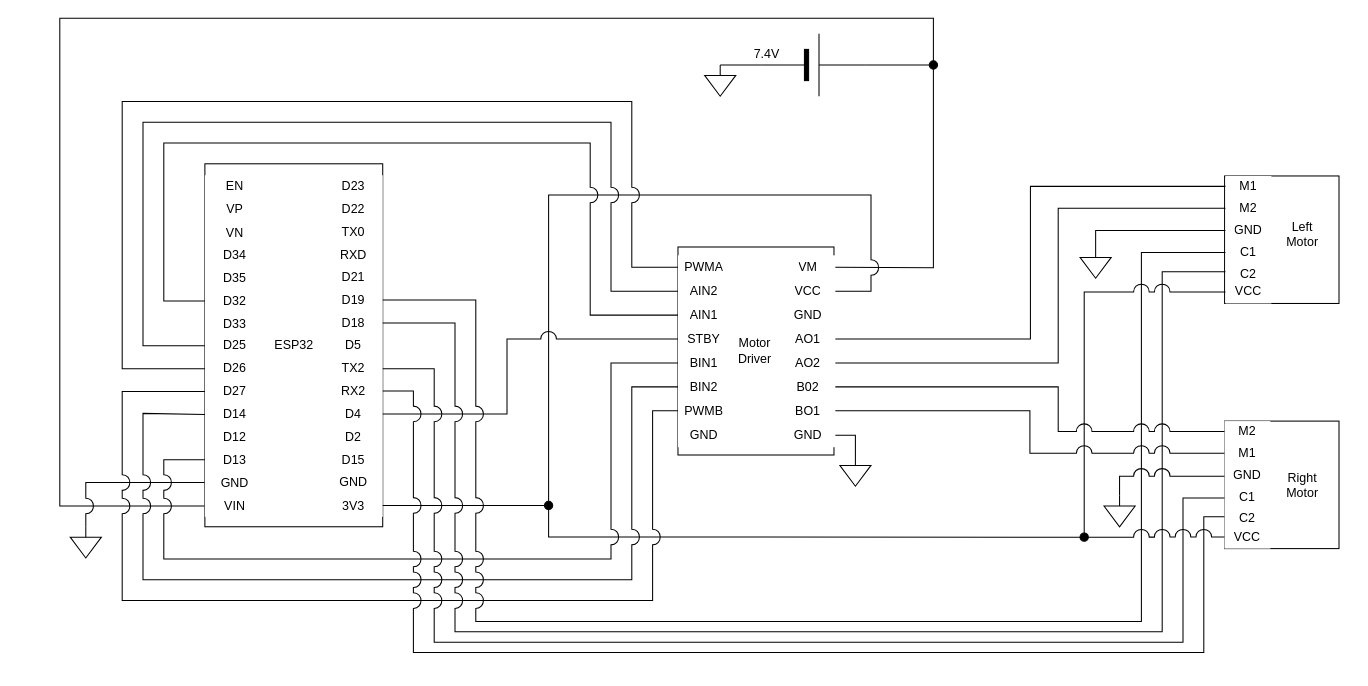
Earlier version of the draw.io diagram DAR-C circuit schematic.drawio (amlight1938/rc-car). Source tidied: cells renumbered, new cells numbered last; positions are measured from the earlier drawing's top-left corner, leaving out a move shared by most shapes. Both pictures are drawn from the tidied source at 104%, with x=0, y=0 at pixel (59, 18).
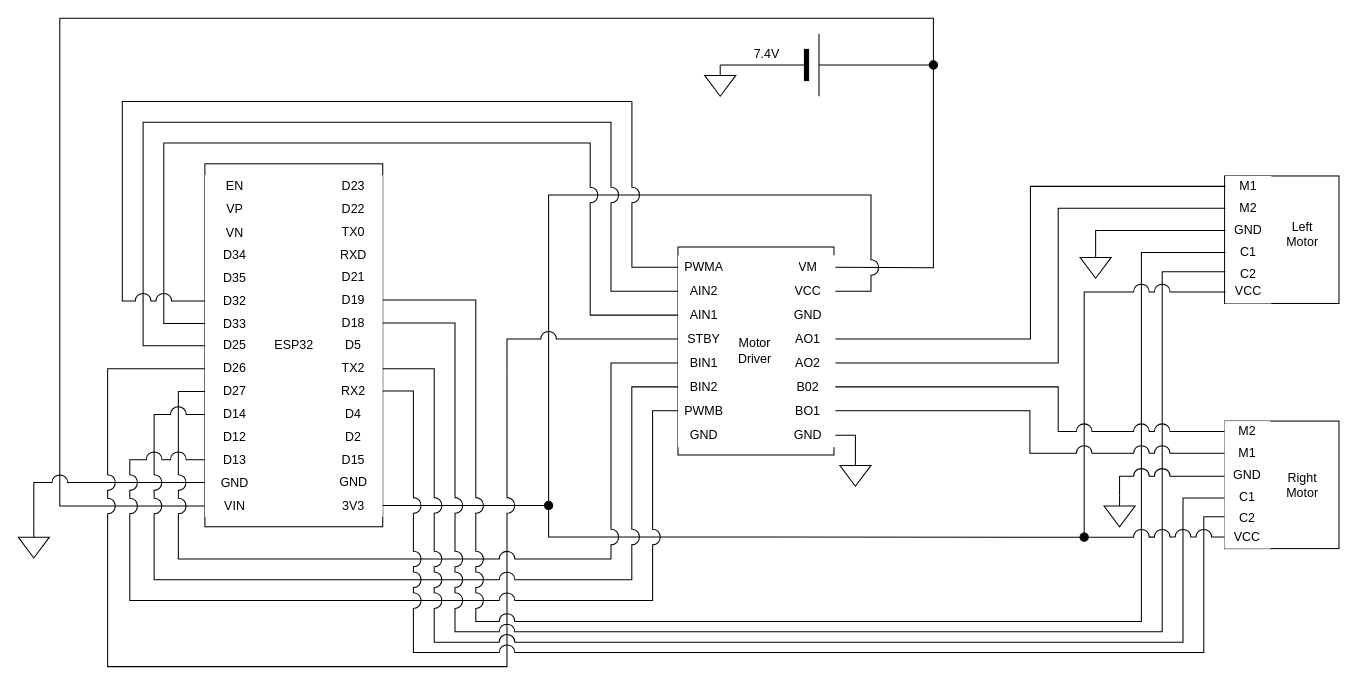
After the change.

The change refers to these unchanged cells:
```xml
<mxCell id="34" style="shape=tableRow;horizontal=0;startSize=0;swimlaneHead=0;swimlaneBody=0;strokeColor=inherit;top=0;left=0;bottom=0;right=0;fillColor=none;points=[[0,0.5],[1,0.5]];portConstraint=eastwest;fixedHeader=1;" parent="23" vertex="1">
  <mxGeometry y="110" width="57" height="22" as="geometry" />
</mxCell>
<mxCell id="36" style="shape=tableRow;horizontal=0;startSize=0;swimlaneHead=0;swimlaneBody=0;strokeColor=inherit;top=0;left=0;bottom=0;right=0;fillColor=none;points=[[0,0.5],[1,0.5]];portConstraint=eastwest;fixedHeader=1;" parent="23" vertex="1">
  <mxGeometry y="132" width="57" height="21" as="geometry" />
</mxCell>
<mxCell id="38" style="shape=tableRow;horizontal=0;startSize=0;swimlaneHead=0;swimlaneBody=0;strokeColor=inherit;top=0;left=0;bottom=0;right=0;fillColor=none;points=[[0,0.5],[1,0.5]];portConstraint=eastwest;fixedHeader=1;" parent="23" vertex="1">
  <mxGeometry y="153" width="57" height="22" as="geometry" />
</mxCell>
<mxCell id="40" style="shape=tableRow;horizontal=0;startSize=0;swimlaneHead=0;swimlaneBody=0;strokeColor=inherit;top=0;left=0;bottom=0;right=0;fillColor=none;points=[[0,0.5],[1,0.5]];portConstraint=eastwest;fixedHeader=1;" parent="23" vertex="1">
  <mxGeometry y="175" width="57" height="22" as="geometry" />
</mxCell>
<mxCell id="42" style="shape=tableRow;horizontal=0;startSize=0;swimlaneHead=0;swimlaneBody=0;strokeColor=inherit;top=0;left=0;bottom=0;right=0;fillColor=none;points=[[0,0.5],[1,0.5]];portConstraint=eastwest;fixedHeader=1;" parent="23" vertex="1">
  <mxGeometry y="197" width="57" height="22" as="geometry" />
</mxCell>
<mxCell id="44" style="shape=tableRow;horizontal=0;startSize=0;swimlaneHead=0;swimlaneBody=0;strokeColor=inherit;top=0;left=0;bottom=0;right=0;fillColor=none;points=[[0,0.5],[1,0.5]];portConstraint=eastwest;fixedHeader=1;" parent="23" vertex="1">
  <mxGeometry y="219" width="57" height="22" as="geometry" />
</mxCell>
<mxCell id="48" style="shape=tableRow;horizontal=0;startSize=0;swimlaneHead=0;swimlaneBody=0;strokeColor=inherit;top=0;left=0;bottom=0;right=0;fillColor=none;points=[[0,0.5],[1,0.5]];portConstraint=eastwest;fixedHeader=1;" parent="23" vertex="1">
  <mxGeometry y="263" width="57" height="21" as="geometry" />
</mxCell>
<mxCell id="75" style="shape=tableRow;horizontal=0;startSize=0;swimlaneHead=0;swimlaneBody=0;strokeColor=inherit;top=0;left=0;bottom=0;right=0;fillColor=none;points=[[0,0.5],[1,0.5]];portConstraint=eastwest;fixedHeader=1;" parent="54" vertex="1">
  <mxGeometry y="218" width="57" height="23" as="geometry" />
</mxCell>
<mxCell id="104" style="shape=tableRow;horizontal=0;startSize=0;swimlaneHead=0;swimlaneBody=0;strokeColor=inherit;top=0;left=0;bottom=0;right=0;fillColor=none;points=[[0,0.5],[1,0.5]];portConstraint=eastwest;fixedHeader=1;" parent="103" vertex="1">
  <mxGeometry width="51.3" height="23" as="geometry" />
</mxCell>
<mxCell id="106" style="shape=tableRow;horizontal=0;startSize=0;swimlaneHead=0;swimlaneBody=0;strokeColor=inherit;top=0;left=0;bottom=0;right=0;fillColor=none;points=[[0,0.5],[1,0.5]];portConstraint=eastwest;fixedHeader=1;" parent="103" vertex="1">
  <mxGeometry y="23" width="51.3" height="23" as="geometry" />
</mxCell>
<mxCell id="108" style="shape=tableRow;horizontal=0;startSize=0;swimlaneHead=0;swimlaneBody=0;strokeColor=inherit;top=0;left=0;bottom=0;right=0;fillColor=none;points=[[0,0.5],[1,0.5]];portConstraint=eastwest;fixedHeader=1;" parent="103" vertex="1">
  <mxGeometry y="46" width="51.3" height="23" as="geometry" />
</mxCell>
<mxCell id="110" style="shape=tableRow;horizontal=0;startSize=0;swimlaneHead=0;swimlaneBody=0;strokeColor=inherit;top=0;left=0;bottom=0;right=0;fillColor=none;points=[[0,0.5],[1,0.5]];portConstraint=eastwest;fixedHeader=1;" parent="103" vertex="1">
  <mxGeometry y="69" width="51.3" height="23" as="geometry" />
</mxCell>
<mxCell id="112" style="shape=tableRow;horizontal=0;startSize=0;swimlaneHead=0;swimlaneBody=0;strokeColor=inherit;top=0;left=0;bottom=0;right=0;fillColor=none;points=[[0,0.5],[1,0.5]];portConstraint=eastwest;fixedHeader=1;" parent="103" vertex="1">
  <mxGeometry y="92" width="51.3" height="23" as="geometry" />
</mxCell>
<mxCell id="114" style="shape=tableRow;horizontal=0;startSize=0;swimlaneHead=0;swimlaneBody=0;strokeColor=inherit;top=0;left=0;bottom=0;right=0;fillColor=none;points=[[0,0.5],[1,0.5]];portConstraint=eastwest;fixedHeader=1;" parent="103" vertex="1">
  <mxGeometry y="115" width="51.3" height="23" as="geometry" />
</mxCell>
<mxCell id="116" style="shape=tableRow;horizontal=0;startSize=0;swimlaneHead=0;swimlaneBody=0;strokeColor=inherit;top=0;left=0;bottom=0;right=0;fillColor=none;points=[[0,0.5],[1,0.5]];portConstraint=eastwest;fixedHeader=1;" parent="103" vertex="1">
  <mxGeometry y="138" width="51.3" height="23" as="geometry" />
</mxCell>
```

The edit, as a diff of the source:
```diff
@@
-    <mxCell id="158" style="endArrow=none;html=1;rounded=0;edgeStyle=orthogonalEdgeStyle;entryX=0;entryY=0.5;entryDx=0;entryDy=0;exitX=1;exitY=0.5;exitDx=0;exitDy=0;jumpStyle=arc;jumpSize=15;" parent="1" edge="1" source="75" target="110">
+    <mxCell id="158" style="endArrow=none;html=1;rounded=0;edgeStyle=orthogonalEdgeStyle;entryX=0;entryY=0.5;entryDx=0;entryDy=0;jumpStyle=arc;jumpSize=15;exitX=0;exitY=0.5;exitDx=0;exitDy=0;" parent="1" edge="1" source="40" target="110">
       <mxGeometry relative="1" as="geometry">
         <Array as="points">
-          <mxPoint x="430" y="380.5" />
+          <mxPoint x="46" y="337" />
+          <mxPoint x="46" y="623.5" />
+          <mxPoint x="430" y="623.5" />
           <mxPoint x="430" y="308.5" />
         </Array>
       </mxGeometry>
     </mxCell>
-    <mxCell id="159" style="endArrow=none;html=1;rounded=0;edgeStyle=orthogonalEdgeStyle;exitX=0;exitY=0.5;exitDx=0;exitDy=0;jumpStyle=arc;jumpSize=15;entryX=0;entryY=0.5;entryDx=0;entryDy=0;" parent="1" edge="1" source="34" target="108">
+    <mxCell id="159" style="endArrow=none;html=1;rounded=0;edgeStyle=orthogonalEdgeStyle;jumpStyle=arc;jumpSize=15;entryX=0;entryY=0.5;entryDx=0;entryDy=0;exitX=0;exitY=0.5;exitDx=0;exitDy=0;" parent="1" edge="1" source="36" target="108">
       <mxGeometry relative="1" as="geometry">
         <Array as="points">
-          <mxPoint x="100" y="272" />
+          <mxPoint x="100" y="293.5" />
           <mxPoint x="100" y="120" />
           <mxPoint x="510" y="120" />
           <mxPoint x="510" y="285.5" />
         </Array>
       </mxGeometry>
     </mxCell>
-    <mxCell id="160" style="endArrow=none;html=1;rounded=0;edgeStyle=orthogonalEdgeStyle;entryX=0;entryY=0.5;entryDx=0;entryDy=0;jumpStyle=arc;jumpSize=15;exitX=0;exitY=0.5;exitDx=0;exitDy=0;" parent="1" edge="1" source="106" target="38">
+    <mxCell id="160" style="endArrow=none;html=1;rounded=0;edgeStyle=orthogonalEdgeStyle;jumpStyle=arc;jumpSize=15;exitX=0;exitY=0.5;exitDx=0;exitDy=0;entryX=0;entryY=0.5;entryDx=0;entryDy=0;" parent="1" edge="1" source="106" target="38">
       <mxGeometry relative="1" as="geometry">
         <Array as="points">
           <mxPoint x="530" y="262.5" />
           <mxPoint x="530" y="100" />
-          <mxPoint x="80" y="100" />
-          <mxPoint x="80" y="315" />
+          <mxPoint x="80.1" y="100" />
+          <mxPoint x="80.1" y="315" />
         </Array>
       </mxGeometry>
     </mxCell>
-    <mxCell id="161" style="endArrow=none;html=1;rounded=0;edgeStyle=orthogonalEdgeStyle;exitX=0;exitY=0.5;exitDx=0;exitDy=0;jumpStyle=arc;jumpSize=15;entryX=0;entryY=0.5;entryDx=0;entryDy=0;" parent="1" edge="1" source="40" target="104">
+    <mxCell id="161" style="endArrow=none;html=1;rounded=0;edgeStyle=orthogonalEdgeStyle;jumpStyle=arc;jumpSize=15;entryX=0;entryY=0.5;entryDx=0;entryDy=0;exitX=0;exitY=0.5;exitDx=0;exitDy=0;" parent="1" edge="1" source="34" target="104">
       <mxGeometry relative="1" as="geometry">
         <Array as="points">
-          <mxPoint x="60" y="337" />
-          <mxPoint x="60" y="80" />
-          <mxPoint x="550" y="80" />
-          <mxPoint x="550" y="239.5" />
+          <mxPoint x="60.1" y="272" />
+          <mxPoint x="60.1" y="80" />
+          <mxPoint x="550.1" y="80" />
+          <mxPoint x="550.1" y="239.5" />
         </Array>
       </mxGeometry>
     </mxCell>
-    <mxCell id="162" style="endArrow=none;html=1;rounded=0;edgeStyle=orthogonalEdgeStyle;entryX=0;entryY=0.5;entryDx=0;entryDy=0;exitX=0;exitY=0.5;exitDx=0;exitDy=0;jumpStyle=arc;jumpSize=15;" parent="1" edge="1" source="112" target="48">
+    <mxCell id="162" style="endArrow=none;html=1;rounded=0;edgeStyle=orthogonalEdgeStyle;exitX=0;exitY=0.5;exitDx=0;exitDy=0;jumpStyle=arc;jumpSize=15;entryX=0;entryY=0.5;entryDx=0;entryDy=0;" parent="1" edge="1" source="112" target="42">
       <mxGeometry relative="1" as="geometry">
         <Array as="points">
           <mxPoint x="530" y="331.5" />
           <mxPoint x="530" y="520" />
-          <mxPoint x="100" y="520" />
-          <mxPoint x="100" y="424.5" />
+          <mxPoint x="114" y="520" />
+          <mxPoint x="114" y="359" />
         </Array>
       </mxGeometry>
     </mxCell>
-    <mxCell id="163" style="endArrow=none;html=1;rounded=0;entryX=0;entryY=0.5;entryDx=0;entryDy=0;exitX=0;exitY=0.5;exitDx=0;exitDy=0;edgeStyle=orthogonalEdgeStyle;jumpStyle=arc;jumpSize=15;" parent="1" edge="1" source="114" target="44">
+    <mxCell id="163" style="endArrow=none;html=1;rounded=0;exitX=0;exitY=0.5;exitDx=0;exitDy=0;edgeStyle=orthogonalEdgeStyle;jumpStyle=arc;jumpSize=15;entryX=0;entryY=0.5;entryDx=0;entryDy=0;" parent="1" edge="1" source="114" target="44">
       <mxGeometry relative="1" as="geometry">
         <Array as="points">
           <mxPoint x="550" y="354.5" />
           <mxPoint x="550" y="540" />
-          <mxPoint x="80" y="540" />
-          <mxPoint x="80" y="380" />
+          <mxPoint x="90.7" y="540" />
+          <mxPoint x="90.7" y="381" />
         </Array>
       </mxGeometry>
     </mxCell>
-    <mxCell id="164" style="endArrow=none;html=1;rounded=0;entryX=0;entryY=0.5;entryDx=0;entryDy=0;exitX=0;exitY=0.5;exitDx=0;exitDy=0;edgeStyle=orthogonalEdgeStyle;jumpStyle=arc;jumpSize=15;" parent="1" edge="1" source="116" target="42">
+    <mxCell id="164" style="endArrow=none;html=1;rounded=0;exitX=0;exitY=0.5;exitDx=0;exitDy=0;edgeStyle=orthogonalEdgeStyle;jumpStyle=arc;jumpSize=15;entryX=0;entryY=0.5;entryDx=0;entryDy=0;" parent="1" edge="1" source="116" target="48">
       <mxGeometry relative="1" as="geometry">
         <Array as="points">
           <mxPoint x="570" y="377.5" />
           <mxPoint x="570" y="560" />
-          <mxPoint x="60" y="560" />
-          <mxPoint x="60" y="359" />
+          <mxPoint x="67.3" y="560" />
+          <mxPoint x="67.3" y="424.5" />
         </Array>
       </mxGeometry>
     </mxCell>
@@
     <mxCell id="169" style="verticalLabelPosition=bottom;shadow=0;dashed=0;align=center;html=1;verticalAlign=top;shape=mxgraph.electrical.signal_sources.signal_ground;" parent="1" vertex="1">
-      <mxGeometry x="10" y="489" width="30" height="30" as="geometry" />
+      <mxGeometry x="-40" y="489" width="30" height="30" as="geometry" />
     </mxCell>
```
